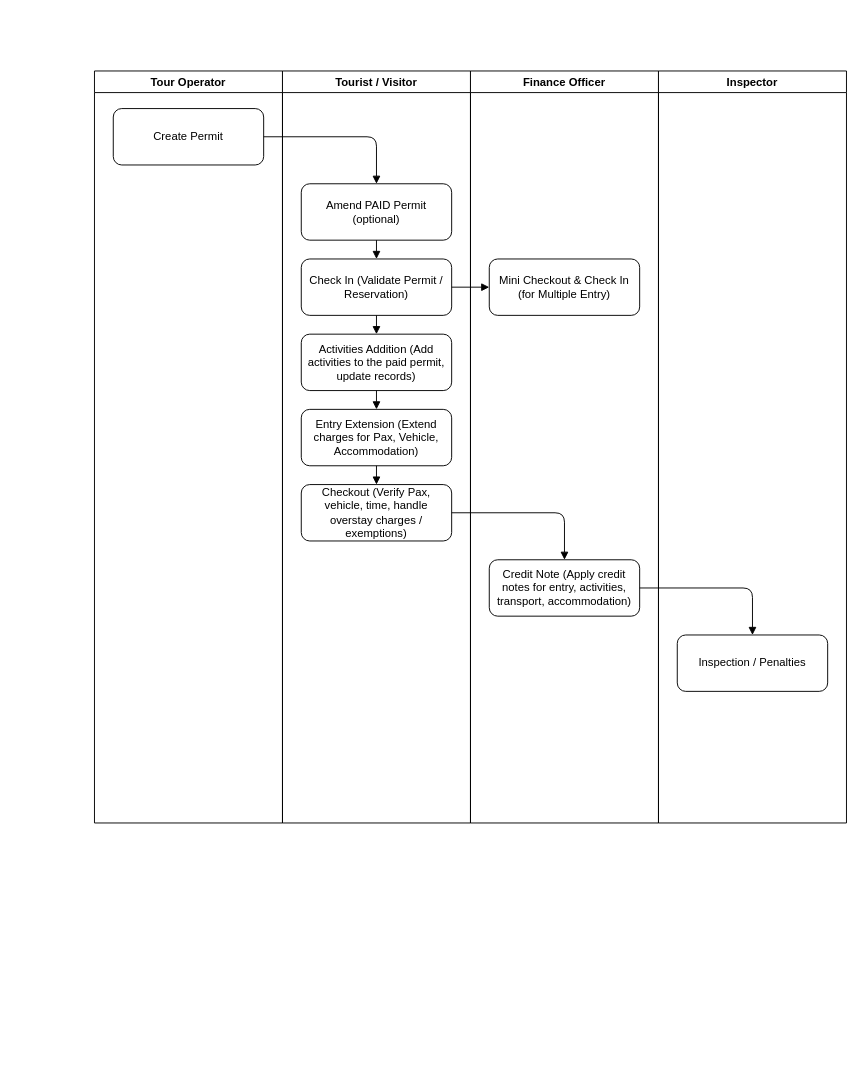
Earlier version of the draw.io diagram swimlane_permit_flow.drawio (MbalamulaS/portal2-diagram). Source tidied: cells renumbered, new cells numbered last; positions are measured from the earlier drawing's top-left corner, leaving out a move shared by most shapes. Both pictures are drawn from the tidied source at 94%, with x=0, y=0 at pixel (94, 70).
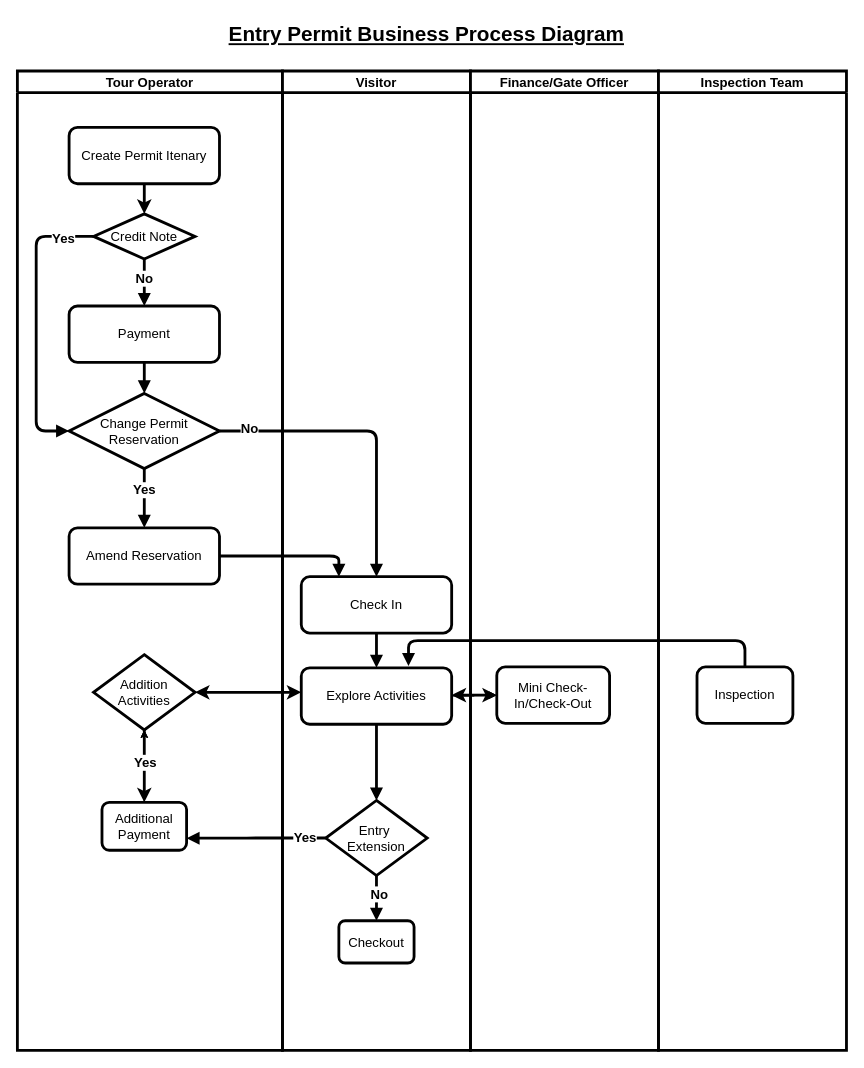
Above is the later version.

Change to the diagram source:
```diff
@@
-    <mxCell id="2" value="Tour Operator" style="swimlane;" parent="1" vertex="1">
-      <mxGeometry width="200" height="800" as="geometry" />
+    <mxCell id="2" value="Tour Operator" style="swimlane;strokeWidth=3;fontSize=14;" parent="1" vertex="1">
+      <mxGeometry x="-82" width="282" height="1042" as="geometry" />
     </mxCell>
+    <mxCell id="6" value="Create Permit Itenary" style="rounded=1;whiteSpace=wrap;html=1;strokeWidth=3;fontSize=14;" parent="2" vertex="1">
+      <mxGeometry x="55" y="60" width="160" height="60" as="geometry" />
+    </mxCell>
+    <mxCell id="23" value="Payment" style="rounded=1;whiteSpace=wrap;html=1;strokeWidth=3;fontSize=14;" parent="2" vertex="1">
+      <mxGeometry x="55" y="250" width="160" height="60" as="geometry" />
+    </mxCell>
+    <mxCell id="24" style="endArrow=classic;html=1;rounded=0;exitX=0.5;exitY=1;exitDx=0;exitDy=0;strokeWidth=3;entryX=0.5;entryY=0;entryDx=0;entryDy=0;" parent="2" edge="1" source="6" target="35">
+      <mxGeometry relative="1" as="geometry" />
+    </mxCell>
+    <mxCell id="25" value="Amend Reservation" style="rounded=1;whiteSpace=wrap;html=1;strokeWidth=3;fontSize=14;" parent="2" vertex="1">
+      <mxGeometry x="55" y="486" width="160" height="60" as="geometry" />
+    </mxCell>
+    <mxCell id="26" style="edgeStyle=orthogonalEdgeStyle;rounded=0;jettySize=auto;html=1;" parent="2" edge="1" source="13" target="32">
+      <mxGeometry relative="1" as="geometry" />
+    </mxCell>
+    <mxCell id="27" style="edgeStyle=orthogonalEdgeStyle;rounded=0;jettySize=auto;html=1;" parent="2" edge="1" source="13" target="32">
+      <mxGeometry relative="1" as="geometry" />
+    </mxCell>
+    <mxCell id="13" value="Additional Payment" style="rounded=1;whiteSpace=wrap;html=1;strokeWidth=3;fontSize=14;" parent="2" vertex="1">
+      <mxGeometry x="90" y="778" width="90" height="51" as="geometry" />
+    </mxCell>
+    <mxCell id="28" value="&lt;font style=&quot;font-size: 14px;&quot;&gt;Change Permit Reservation&lt;/font&gt;" style="rhombus;whiteSpace=wrap;html=1;strokeWidth=3;" parent="2" vertex="1">
+      <mxGeometry x="55" y="343" width="160" height="80" as="geometry" />
+    </mxCell>
+    <mxCell id="29" style="edgeStyle=orthogonalEdgeStyle;endArrow=block;html=1;strokeWidth=3;fontSize=14;exitX=0.5;exitY=1;exitDx=0;exitDy=0;entryX=0.5;entryY=0;entryDx=0;entryDy=0;" parent="2" edge="1" source="23" target="28">
+      <mxGeometry relative="1" as="geometry" />
+    </mxCell>
+    <mxCell id="30" style="edgeStyle=orthogonalEdgeStyle;endArrow=block;html=1;strokeWidth=3;fontSize=14;exitX=0.5;exitY=1;exitDx=0;exitDy=0;entryX=0.5;entryY=0;entryDx=0;entryDy=0;" parent="2" edge="1" source="28" target="25">
+      <mxGeometry relative="1" as="geometry" />
+    </mxCell>
+    <mxCell id="31" value="&lt;font style=&quot;font-size: 14px;&quot;&gt;&lt;b&gt;Yes&lt;/b&gt;&lt;/font&gt;" style="edgeLabel;html=1;align=center;verticalAlign=middle;" parent="30" vertex="1">
+      <mxGeometry x="-0.3" y="-1" relative="1" as="geometry" />
+    </mxCell>
+    <mxCell id="32" value="&lt;font style=&quot;font-size: 14px;&quot;&gt;Addition Activities&lt;/font&gt;" style="rhombus;whiteSpace=wrap;html=1;strokeWidth=3;" parent="2" vertex="1">
+      <mxGeometry x="81" y="621" width="108" height="80" as="geometry" />
+    </mxCell>
+    <mxCell id="33" style="endArrow=classic;html=1;rounded=0;exitX=0.5;exitY=1;exitDx=0;exitDy=0;strokeWidth=3;entryX=0.5;entryY=0;entryDx=0;entryDy=0;" parent="2" edge="1" source="32" target="13">
+      <mxGeometry relative="1" as="geometry" />
+    </mxCell>
+    <mxCell id="34" value="&lt;b&gt;&lt;font style=&quot;font-size: 14px;&quot;&gt;Yes&lt;/font&gt;&lt;/b&gt;" style="edgeLabel;html=1;align=center;verticalAlign=middle;" parent="33" vertex="1">
+      <mxGeometry x="-0.12" relative="1" as="geometry" />
+    </mxCell>
+    <mxCell id="35" value="&lt;font style=&quot;font-size: 14px;&quot;&gt;Credit Note &lt;/font&gt;" style="rhombus;whiteSpace=wrap;html=1;strokeWidth=3;" parent="2" vertex="1">
+      <mxGeometry x="81" y="152" width="108" height="48" as="geometry" />
+    </mxCell>
+    <mxCell id="36" style="edgeStyle=orthogonalEdgeStyle;endArrow=block;html=1;strokeWidth=3;fontSize=14;exitX=0.5;exitY=1;exitDx=0;exitDy=0;entryX=0.5;entryY=0;entryDx=0;entryDy=0;" parent="2" edge="1" source="35" target="23">
+      <mxGeometry relative="1" as="geometry" />
+    </mxCell>
+    <mxCell id="37" value="&lt;font style=&quot;font-size: 14px;&quot;&gt;&lt;b&gt;No&lt;/b&gt;&lt;/font&gt;" style="edgeLabel;html=1;align=center;verticalAlign=middle;" parent="36" vertex="1">
+      <mxGeometry x="-0.2" y="-1" relative="1" as="geometry" />
+    </mxCell>
+    <mxCell id="38" style="edgeStyle=orthogonalEdgeStyle;endArrow=block;html=1;strokeWidth=3;fontSize=14;exitX=0;exitY=0.5;exitDx=0;exitDy=0;entryX=0;entryY=0.5;entryDx=0;entryDy=0;" parent="2" edge="1" source="35" target="28">
+      <mxGeometry relative="1" as="geometry">
+        <Array as="points">
+          <mxPoint x="20" y="176" />
+          <mxPoint x="20" y="383" />
+        </Array>
+      </mxGeometry>
+    </mxCell>
+    <mxCell id="39" value="&lt;font style=&quot;font-size: 14px;&quot;&gt;&lt;b&gt;Yes&lt;/b&gt;&lt;/font&gt;" style="edgeLabel;html=1;align=center;verticalAlign=middle;" parent="38" vertex="1">
+      <mxGeometry x="-0.78" y="1" relative="1" as="geometry" />
+    </mxCell>
-    <mxCell id="3" value="Tourist / Visitor" style="swimlane;" parent="1" vertex="1">
-      <mxGeometry x="200" width="200" height="800" as="geometry" />
+    <mxCell id="3" value="Visitor" style="swimlane;strokeWidth=3;fontSize=14;" parent="1" vertex="1">
+      <mxGeometry x="200" width="200" height="1042" as="geometry" />
     </mxCell>
-    <mxCell id="4" value="Finance Officer" style="swimlane;" parent="1" vertex="1">
-      <mxGeometry x="400" width="200" height="800" as="geometry" />
-    </mxCell>
-    <mxCell id="5" value="Inspector" style="swimlane;" parent="1" vertex="1">
-      <mxGeometry x="600" width="200" height="800" as="geometry" />
-    </mxCell>
-    <mxCell id="6" value="Create Permit" style="rounded=1;whiteSpace=wrap;html=1;" parent="2" vertex="1">
-      <mxGeometry x="20" y="40" width="160" height="60" as="geometry" />
-    </mxCell>
-    <mxCell id="7" value="Amend PAID Permit (optional)" style="rounded=1;whiteSpace=wrap;html=1;" parent="3" vertex="1">
-      <mxGeometry x="20" y="120" width="160" height="60" as="geometry" />
-    </mxCell>
-    <mxCell id="8" value="Check In (Validate Permit / Reservation)" style="rounded=1;whiteSpace=wrap;html=1;" parent="3" vertex="1">
-      <mxGeometry x="20" y="200" width="160" height="60" as="geometry" />
+    <mxCell id="8" value="Check In" style="rounded=1;whiteSpace=wrap;html=1;strokeWidth=3;fontSize=14;" parent="3" vertex="1">
+      <mxGeometry x="20" y="538" width="160" height="60" as="geometry" />
     </mxCell>
-    <mxCell id="9" value="Mini Checkout &amp; Check In (for Multiple Entry)" style="rounded=1;whiteSpace=wrap;html=1;" parent="4" vertex="1">
-      <mxGeometry x="20" y="200" width="160" height="60" as="geometry" />
-    </mxCell>
-    <mxCell id="10" value="Activities Addition (Add activities to the paid permit, update records)" style="rounded=1;whiteSpace=wrap;html=1;" parent="3" vertex="1">
-      <mxGeometry x="20" y="280" width="160" height="60" as="geometry" />
+    <mxCell id="10" value="Explore Activities" style="rounded=1;whiteSpace=wrap;html=1;strokeWidth=3;fontSize=14;" parent="3" vertex="1">
+      <mxGeometry x="20" y="635" width="160" height="60" as="geometry" />
     </mxCell>
-    <mxCell id="11" value="Entry Extension (Extend charges for Pax, Vehicle, Accommodation)" style="rounded=1;whiteSpace=wrap;html=1;" parent="3" vertex="1">
-      <mxGeometry x="20" y="360" width="160" height="60" as="geometry" />
-    </mxCell>
-    <mxCell id="12" value="Checkout (Verify Pax, vehicle, time, handle overstay charges / exemptions)" style="rounded=1;whiteSpace=wrap;html=1;" parent="3" vertex="1">
-      <mxGeometry x="20" y="440" width="160" height="60" as="geometry" />
+    <mxCell id="12" value="Checkout" style="rounded=1;whiteSpace=wrap;html=1;strokeWidth=3;fontSize=14;" parent="3" vertex="1">
+      <mxGeometry x="60" y="904" width="80" height="45" as="geometry" />
     </mxCell>
-    <mxCell id="13" value="Credit Note (Apply credit notes for entry, activities, transport, accommodation)" style="rounded=1;whiteSpace=wrap;html=1;" parent="4" vertex="1">
-      <mxGeometry x="20" y="520" width="160" height="60" as="geometry" />
-    </mxCell>
-    <mxCell id="14" value="Inspection / Penalties" style="rounded=1;whiteSpace=wrap;html=1;" parent="5" vertex="1">
-      <mxGeometry x="20" y="600" width="160" height="60" as="geometry" />
-    </mxCell>
-    <mxCell id="15" style="edgeStyle=orthogonalEdgeStyle;endArrow=block;html=1;" parent="1" edge="1" source="6" target="7">
-      <mxGeometry relative="1" as="geometry" />
-    </mxCell>
-    <mxCell id="16" style="edgeStyle=orthogonalEdgeStyle;endArrow=block;html=1;" parent="1" edge="1" source="7" target="8">
-      <mxGeometry relative="1" as="geometry" />
-    </mxCell>
-    <mxCell id="17" style="edgeStyle=orthogonalEdgeStyle;endArrow=block;html=1;" parent="1" edge="1" source="8" target="9">
-      <mxGeometry relative="1" as="geometry" />
-    </mxCell>
-    <mxCell id="18" style="edgeStyle=orthogonalEdgeStyle;endArrow=block;html=1;" parent="1" edge="1" source="8" target="10">
-      <mxGeometry relative="1" as="geometry" />
-    </mxCell>
+    <mxCell id="40" value="&lt;div&gt;&lt;font style=&quot;font-size: 14px;&quot;&gt;Entry&amp;nbsp;&lt;/font&gt;&lt;/div&gt;&lt;div&gt;&lt;font style=&quot;font-size: 14px;&quot;&gt;Extension&lt;/font&gt;&lt;/div&gt;" style="rhombus;whiteSpace=wrap;html=1;strokeWidth=3;" parent="3" vertex="1">
+      <mxGeometry x="46" y="776" width="108" height="80" as="geometry" />
+    </mxCell>
-    <mxCell id="19" style="edgeStyle=orthogonalEdgeStyle;endArrow=block;html=1;" parent="1" edge="1" source="10" target="11">
+    <mxCell id="19" style="edgeStyle=orthogonalEdgeStyle;endArrow=block;html=1;strokeWidth=3;fontSize=14;entryX=0.5;entryY=0;entryDx=0;entryDy=0;exitX=0.5;exitY=1;exitDx=0;exitDy=0;" parent="3" edge="1" source="10" target="40">
       <mxGeometry relative="1" as="geometry" />
     </mxCell>
-    <mxCell id="20" style="edgeStyle=orthogonalEdgeStyle;endArrow=block;html=1;" parent="1" edge="1" source="11" target="12">
+    <mxCell id="20" style="edgeStyle=orthogonalEdgeStyle;endArrow=block;html=1;strokeWidth=3;fontSize=14;exitX=0.5;exitY=1;exitDx=0;exitDy=0;" parent="3" edge="1" source="40" target="12">
       <mxGeometry relative="1" as="geometry" />
     </mxCell>
-    <mxCell id="21" style="edgeStyle=orthogonalEdgeStyle;endArrow=block;html=1;" parent="1" edge="1" source="12" target="13">
-      <mxGeometry relative="1" as="geometry" />
-    </mxCell>
-    <mxCell id="22" style="edgeStyle=orthogonalEdgeStyle;endArrow=block;html=1;" parent="1" edge="1" source="13" target="14">
-      <mxGeometry relative="1" as="geometry" />
-    </mxCell>
+    <mxCell id="41" value="&lt;b&gt;&lt;font style=&quot;font-size: 14px;&quot;&gt;No&lt;/font&gt;&lt;/b&gt;" style="edgeLabel;html=1;align=center;verticalAlign=middle;" parent="20" vertex="1">
+      <mxGeometry x="-0.19" y="2" relative="1" as="geometry" />
+    </mxCell>
+    <mxCell id="18" style="edgeStyle=orthogonalEdgeStyle;endArrow=block;html=1;strokeWidth=3;fontSize=14;entryX=0.5;entryY=0;entryDx=0;entryDy=0;exitX=0.5;exitY=1;exitDx=0;exitDy=0;" parent="3" edge="1" source="8" target="10">
+      <mxGeometry relative="1" as="geometry" />
+    </mxCell>
+    <mxCell id="4" value="Finance/Gate Officer" style="swimlane;strokeWidth=3;fontSize=14;startSize=23;" parent="1" vertex="1">
+      <mxGeometry x="400" width="200" height="1042" as="geometry" />
+    </mxCell>
+    <mxCell id="42" value="&lt;div&gt;&lt;font style=&quot;font-size: 14px;&quot;&gt;Mini Check-In/Check-Out&lt;/font&gt;&lt;/div&gt;" style="rounded=1;whiteSpace=wrap;html=1;strokeWidth=3;fontSize=14;" parent="4" vertex="1">
+      <mxGeometry x="28" y="634" width="120" height="60" as="geometry" />
+    </mxCell>
+    <mxCell id="5" value="Inspection Team" style="swimlane;strokeWidth=3;fontSize=14;" parent="1" vertex="1">
+      <mxGeometry x="600" width="200" height="1042" as="geometry" />
+    </mxCell>
+    <mxCell id="14" value="Inspection" style="rounded=1;whiteSpace=wrap;html=1;strokeWidth=3;fontSize=14;" parent="5" vertex="1">
+      <mxGeometry x="41" y="634" width="102" height="60" as="geometry" />
+    </mxCell>
+    <mxCell id="16" style="edgeStyle=orthogonalEdgeStyle;endArrow=block;html=1;strokeWidth=3;fontSize=14;exitX=1;exitY=0.5;exitDx=0;exitDy=0;entryX=0.5;entryY=0;entryDx=0;entryDy=0;" parent="1" edge="1" source="28" target="8">
+      <mxGeometry relative="1" as="geometry" />
+    </mxCell>
+    <mxCell id="43" value="&lt;font style=&quot;font-size: 14px;&quot;&gt;&lt;b&gt;No&lt;/b&gt;&lt;/font&gt;" style="edgeLabel;html=1;align=center;verticalAlign=middle;" parent="16" vertex="1">
+      <mxGeometry x="-0.81" y="3" relative="1" as="geometry" />
+    </mxCell>
+    <mxCell id="44" style="edgeStyle=orthogonalEdgeStyle;endArrow=block;html=1;strokeWidth=3;fontSize=14;exitX=1;exitY=0.5;exitDx=0;exitDy=0;entryX=0.25;entryY=0;entryDx=0;entryDy=0;" parent="1" edge="1" source="25" target="8">
+      <mxGeometry relative="1" as="geometry" />
+    </mxCell>
+    <mxCell id="45" style="endArrow=classic;startArrow=classic;html=1;rounded=0;exitX=1;exitY=0.5;exitDx=0;exitDy=0;entryX=0;entryY=0.5;entryDx=0;entryDy=0;strokeWidth=3;" parent="1" edge="1" target="42">
+      <mxGeometry relative="1" as="geometry">
+        <mxPoint x="380" y="664" as="sourcePoint" />
+      </mxGeometry>
+    </mxCell>
+    <mxCell id="46" style="edgeStyle=orthogonalEdgeStyle;rounded=0;jettySize=auto;html=1;" parent="1" edge="1" source="10" target="42">
+      <mxGeometry relative="1" as="geometry" />
+    </mxCell>
+    <mxCell id="47" style="endArrow=classic;startArrow=classic;html=1;rounded=0;exitX=1;exitY=0.5;exitDx=0;exitDy=0;entryX=0;entryY=0.5;entryDx=0;entryDy=0;strokeWidth=3;" parent="1" edge="1" source="32">
+      <mxGeometry relative="1" as="geometry">
+        <mxPoint x="220" y="661" as="targetPoint" />
+      </mxGeometry>
+    </mxCell>
+    <mxCell id="48" style="edgeStyle=orthogonalEdgeStyle;endArrow=block;html=1;strokeWidth=3;fontSize=14;exitX=0.5;exitY=0;exitDx=0;exitDy=0;entryX=0.713;entryY=-0.033;entryDx=0;entryDy=0;entryPerimeter=0;" parent="1" edge="1" source="14" target="10">
+      <mxGeometry relative="1" as="geometry">
+        <Array as="points">
+          <mxPoint x="692" y="606" />
+          <mxPoint x="334" y="606" />
+        </Array>
+      </mxGeometry>
+    </mxCell>
+    <mxCell id="49" style="edgeStyle=orthogonalEdgeStyle;endArrow=block;html=1;strokeWidth=3;fontSize=14;exitX=0;exitY=0.5;exitDx=0;exitDy=0;entryX=1;entryY=0.75;entryDx=0;entryDy=0;" parent="1" edge="1" source="40" target="13">
+      <mxGeometry relative="1" as="geometry" />
+    </mxCell>
+    <mxCell id="50" value="&lt;font style=&quot;font-size: 14px;&quot;&gt;&lt;b&gt;Yes&lt;/b&gt;&lt;/font&gt;" style="edgeLabel;html=1;align=center;verticalAlign=middle;" parent="49" vertex="1">
+      <mxGeometry x="-0.69" y="-1" relative="1" as="geometry" />
+    </mxCell>
+    <mxCell id="51" value="&lt;div align=&quot;center&quot;&gt;&lt;font style=&quot;font-size: 22px;&quot;&gt;&lt;b&gt;&lt;font&gt;&lt;u&gt;Entry Permit Business Process Diagram&lt;/u&gt;&lt;/font&gt;&lt;/b&gt;&lt;/font&gt;&lt;/div&gt;" style="text;html=1;align=center;verticalAlign=middle;strokeColor=none;fillColor=none;" parent="1" vertex="1">
+      <mxGeometry x="133" y="-58" width="440" height="40" as="geometry" />
+    </mxCell>
```
